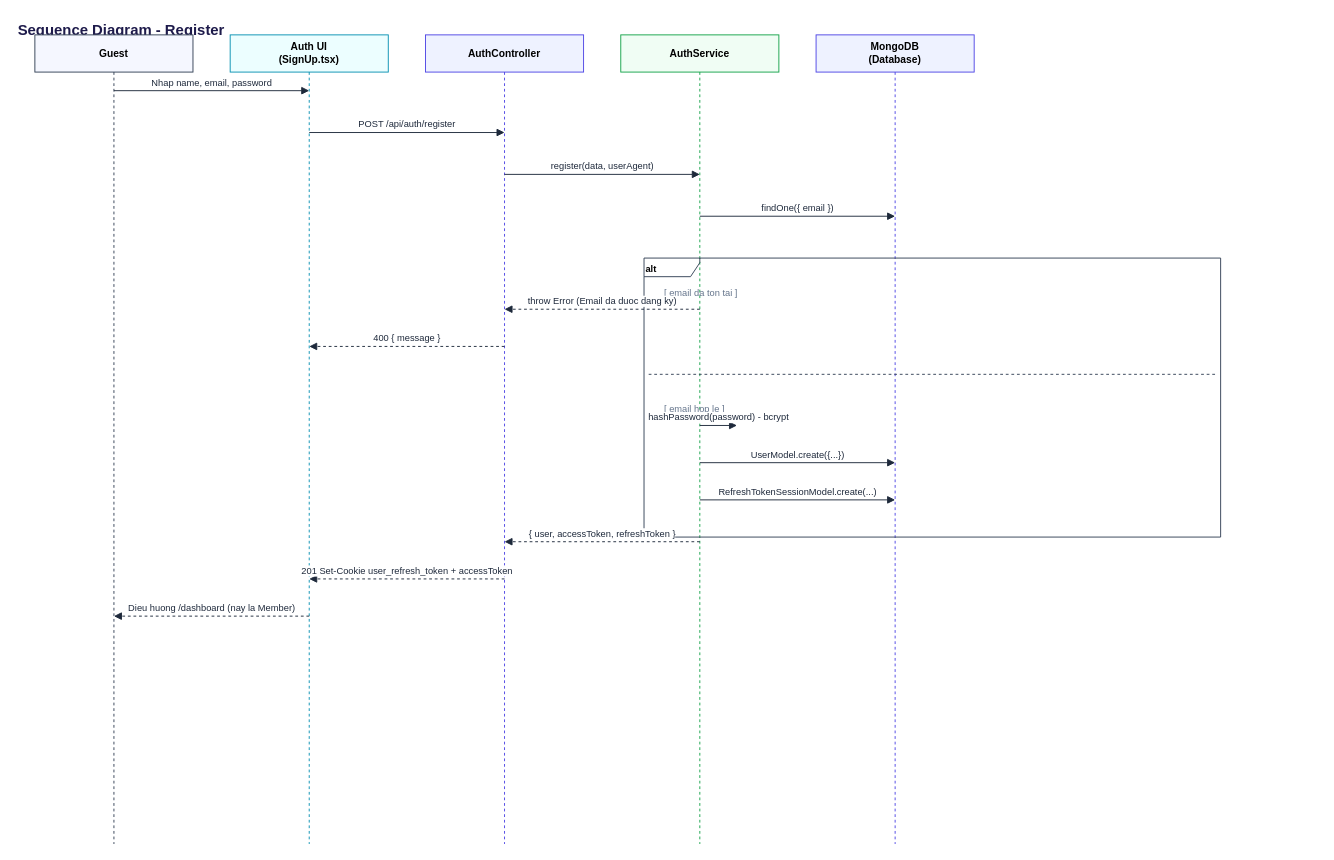
This is page "Sequence Diagram - Register" (5 of 32) of docs/uml/AI-English-Writing-UML.drawio from hoanqhoanq/AI-English-Writing, a draw.io file, before an edit. Source tidied: cells renumbered, new cells numbered last; positions are measured from the earlier drawing's top-left corner, leaving out a move shared by most shapes. Both pictures are drawn from the tidied source at 93%, with x=0, y=0 at pixel (16, 16).
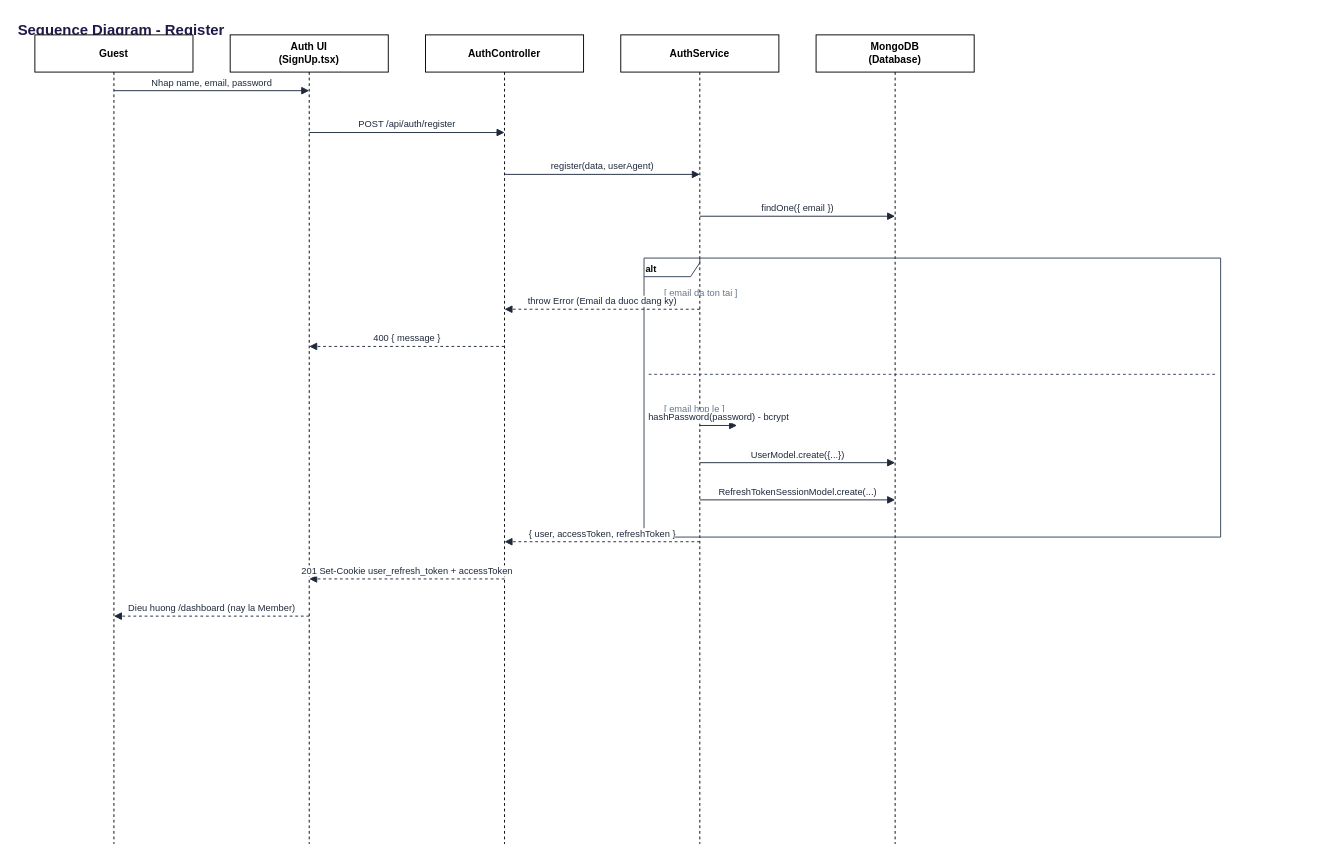
Above is the later version.

Diff of the diagram source:
```diff
@@
-    <mxCell id="3" value="Guest" style="shape=umlLifeline;perimeter=lifelinePerimeter;whiteSpace=wrap;html=1;fillColor=#F5F7FF;strokeColor=#334155;fontStyle=1;fontSize=11;size=40;" parent="1" vertex="1">
+    <mxCell id="3" value="Guest" style="shape=umlLifeline;perimeter=lifelinePerimeter;whiteSpace=wrap;html=1;fontStyle=1;fontSize=11;size=40;" parent="1" vertex="1">
       <mxGeometry x="20" y="20" width="170" height="870" as="geometry" />
     </mxCell>
-    <mxCell id="4" value="Auth UI&#10;(SignUp.tsx)" style="shape=umlLifeline;perimeter=lifelinePerimeter;whiteSpace=wrap;html=1;fillColor=#ECFEFF;strokeColor=#0891B2;fontStyle=1;fontSize=11;size=40;" parent="1" vertex="1">
+    <mxCell id="4" value="Auth UI&#10;(SignUp.tsx)" style="shape=umlLifeline;perimeter=lifelinePerimeter;whiteSpace=wrap;html=1;fontStyle=1;fontSize=11;size=40;" parent="1" vertex="1">
       <mxGeometry x="230" y="20" width="170" height="870" as="geometry" />
     </mxCell>
-    <mxCell id="5" value="AuthController" style="shape=umlLifeline;perimeter=lifelinePerimeter;whiteSpace=wrap;html=1;fillColor=#EEF2FF;strokeColor=#4F46E5;fontStyle=1;fontSize=11;size=40;" parent="1" vertex="1">
+    <mxCell id="5" value="AuthController" style="shape=umlLifeline;perimeter=lifelinePerimeter;whiteSpace=wrap;html=1;fontStyle=1;fontSize=11;size=40;" parent="1" vertex="1">
       <mxGeometry x="440" y="20" width="170" height="870" as="geometry" />
     </mxCell>
-    <mxCell id="6" value="AuthService" style="shape=umlLifeline;perimeter=lifelinePerimeter;whiteSpace=wrap;html=1;fillColor=#F0FDF4;strokeColor=#16A34A;fontStyle=1;fontSize=11;size=40;" parent="1" vertex="1">
+    <mxCell id="6" value="AuthService" style="shape=umlLifeline;perimeter=lifelinePerimeter;whiteSpace=wrap;html=1;fontStyle=1;fontSize=11;size=40;" parent="1" vertex="1">
       <mxGeometry x="650" y="20" width="170" height="870" as="geometry" />
     </mxCell>
-    <mxCell id="7" value="MongoDB&#10;(Database)" style="shape=umlLifeline;perimeter=lifelinePerimeter;whiteSpace=wrap;html=1;fillColor=#EEF2FF;strokeColor=#4F46E5;fontStyle=1;fontSize=11;size=40;" parent="1" vertex="1">
+    <mxCell id="7" value="MongoDB&#10;(Database)" style="shape=umlLifeline;perimeter=lifelinePerimeter;whiteSpace=wrap;html=1;fontStyle=1;fontSize=11;size=40;" parent="1" vertex="1">
       <mxGeometry x="860" y="20" width="170" height="870" as="geometry" />
     </mxCell>
```
